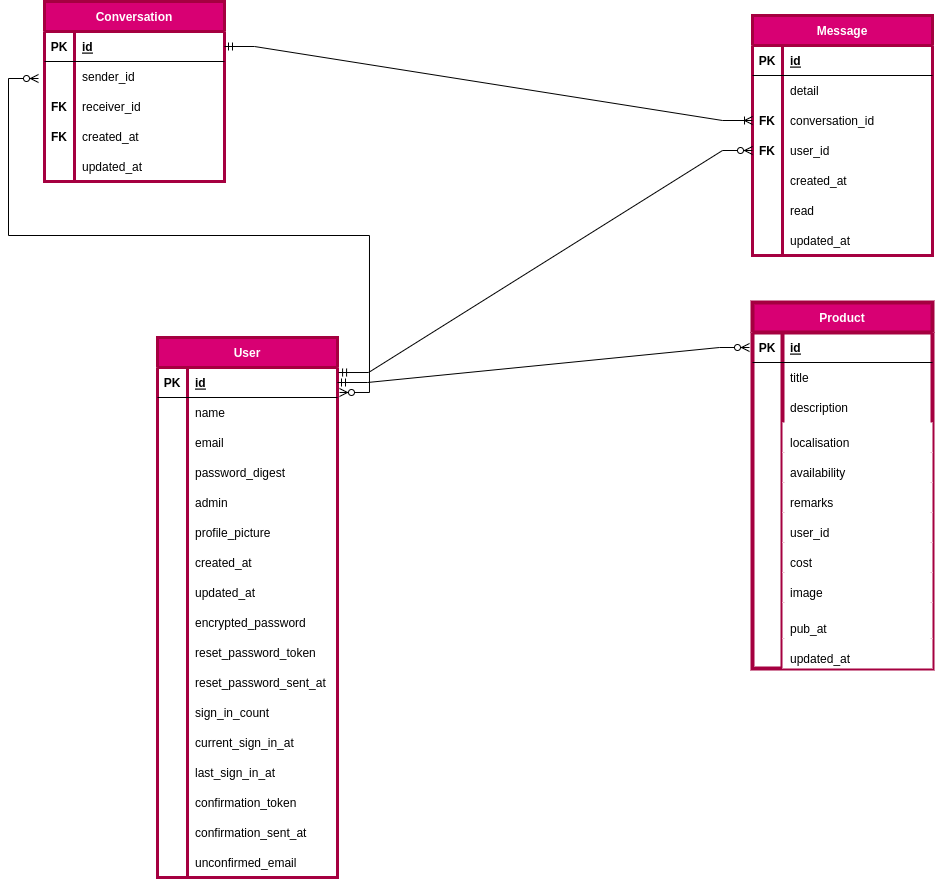
Before: public/ER.png, a diagram exported from draw.io (IBRAHIMA8/Transimo). Source tidied: cells renumbered, new cells last; positions are measured from the earlier drawing's top-left corner, leaving out a move shared by most shapes.
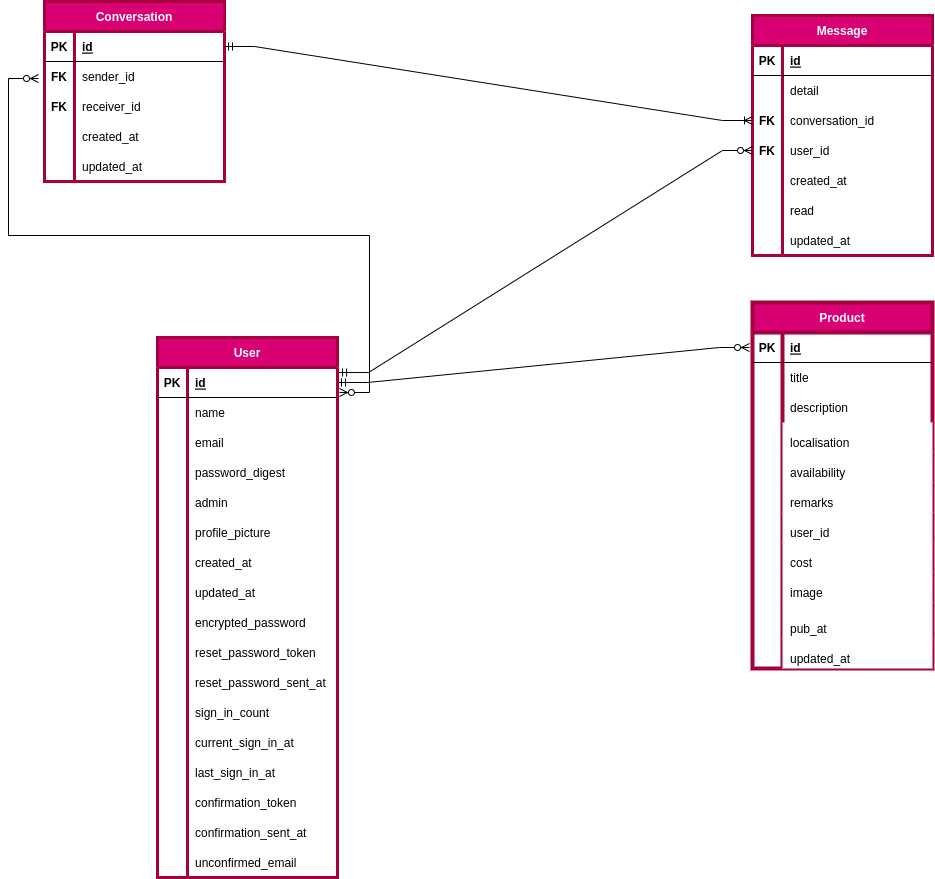
The same diagram one commit later.

Commit message:
Tables review

Diff of the diagram source:
```diff
@@ -349,7 +349,7 @@
     <mxCell id="116" style="shape=tableRow;horizontal=0;startSize=0;swimlaneHead=0;swimlaneBody=0;fillColor=none;top=0;left=0;right=0;bottom=0;" parent="112" vertex="1">
       <mxGeometry y="60" width="180" height="30" as="geometry" />
     </mxCell>
-    <mxCell id="117" style="shape=partialRectangle;fillColor=none;top=0;left=0;bottom=0;right=0;overflow=hidden;fontStyle=1;" parent="116" vertex="1">
+    <mxCell id="117" value="FK" style="shape=partialRectangle;fillColor=none;top=0;left=0;bottom=0;right=0;overflow=hidden;fontStyle=1;" parent="116" vertex="1">
       <mxGeometry width="30" height="30" as="geometry" />
     </mxCell>
     <mxCell id="118" value="sender_id" style="shape=partialRectangle;fillColor=none;top=0;left=0;bottom=0;right=0;align=left;spacingLeft=6;overflow=hidden;" parent="116" vertex="1">
@@ -367,7 +367,7 @@
     <mxCell id="122" style="shape=tableRow;horizontal=0;startSize=0;swimlaneHead=0;swimlaneBody=0;fillColor=none;top=0;left=0;right=0;bottom=0;" parent="112" vertex="1">
       <mxGeometry y="120" width="180" height="30" as="geometry" />
     </mxCell>
-    <mxCell id="123" value="FK" style="shape=partialRectangle;fillColor=none;top=0;left=0;bottom=0;right=0;overflow=hidden;fontStyle=1;" parent="122" vertex="1">
+    <mxCell id="123" style="shape=partialRectangle;fillColor=none;top=0;left=0;bottom=0;right=0;overflow=hidden;fontStyle=1;" parent="122" vertex="1">
       <mxGeometry width="30" height="30" as="geometry" />
     </mxCell>
     <mxCell id="124" value="created_at" style="shape=partialRectangle;fillColor=none;top=0;left=0;bottom=0;right=0;align=left;spacingLeft=6;overflow=hidden;" parent="122" vertex="1">
```
